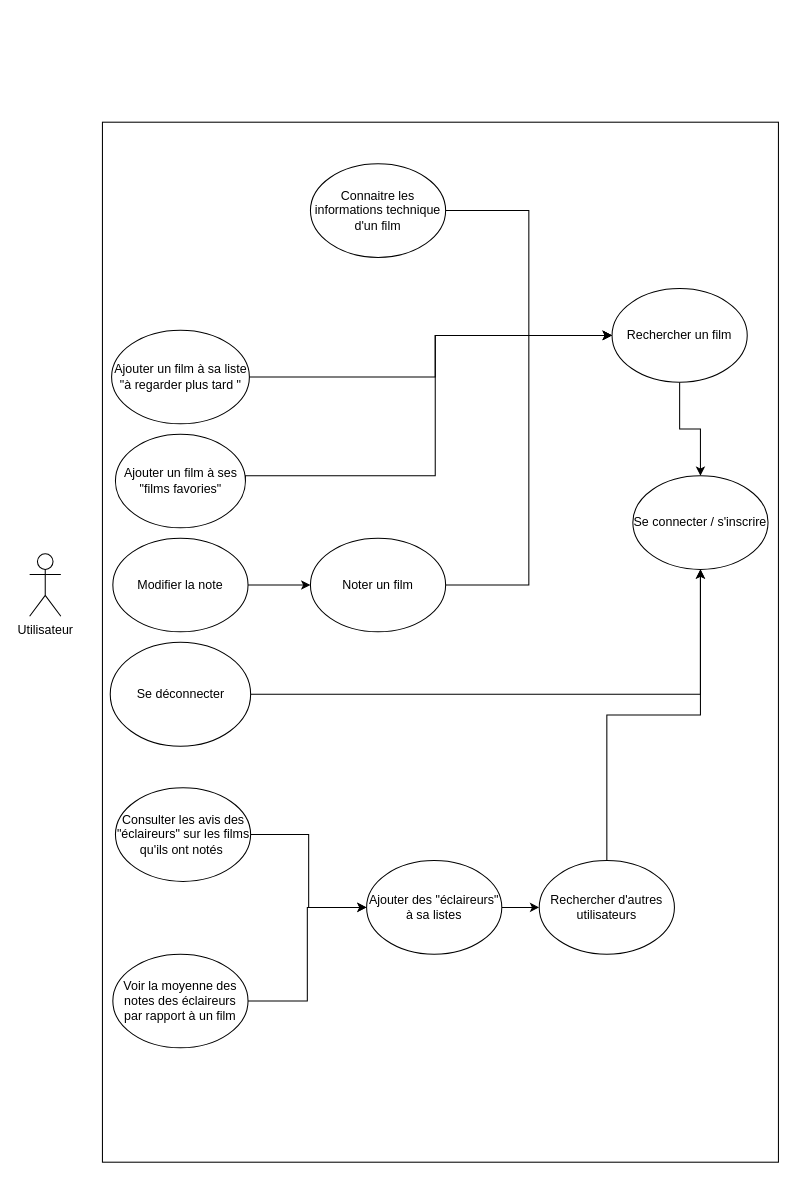
The draw.io diagram doc/Diagramme sans nom.drawio in leolrl/Projet2A, before the edit. Source tidied: cells renumbered, new cells numbered last; positions are measured from the earlier drawing's top-left corner, leaving out a move shared by most shapes. Both pictures are drawn from the tidied source at 104%, with x=0, y=0 at pixel (29, 122).
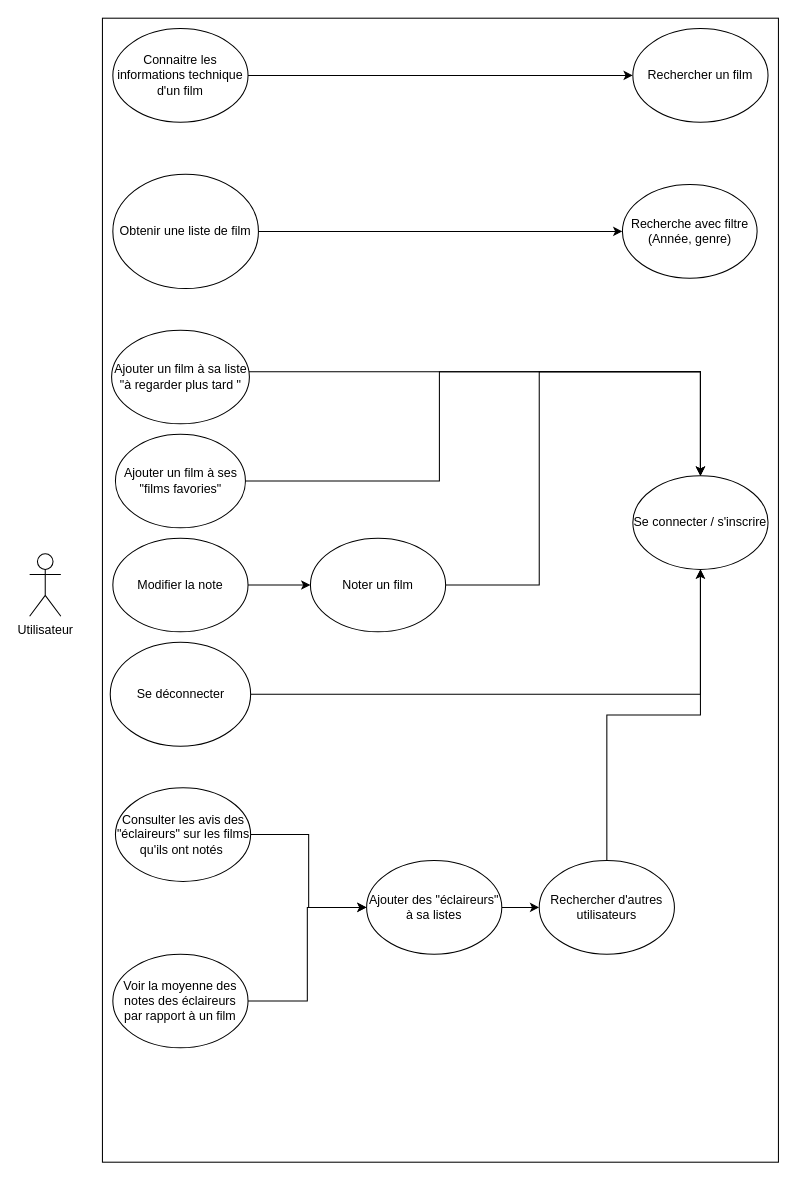
After the change.

Commit message:
Mettre à jour Diagramme sans nom.drawio

The change refers to these unchanged cells:
```xml
<mxCell id="7" value="Noter un film" style="ellipse;whiteSpace=wrap;html=1;" parent="1" vertex="1">
  <mxGeometry x="270" y="400" width="130" height="90" as="geometry" />
</mxCell>
<mxCell id="12" value="Se connecter / s'inscrire" style="ellipse;whiteSpace=wrap;html=1;" parent="1" vertex="1">
  <mxGeometry x="580" y="340" width="130" height="90" as="geometry" />
</mxCell>
<mxCell id="20" value="Ajouter un film à ses &quot;films favories&quot;" style="ellipse;whiteSpace=wrap;html=1;" parent="1" vertex="1">
  <mxGeometry x="82.5" y="300" width="125" height="90" as="geometry" />
</mxCell>
<mxCell id="26" value="Ajouter un film à sa liste &quot;à regarder plus tard &quot;" style="ellipse;whiteSpace=wrap;html=1;" parent="1" vertex="1">
  <mxGeometry x="78.8" y="200" width="132.5" height="90" as="geometry" />
</mxCell>
```

The edit, as a diff of the source:
```diff
@@
     <mxCell id="3" style="rounded=0;whiteSpace=wrap;html=1;" parent="1" vertex="1">
-      <mxGeometry x="70" width="650" height="1000" as="geometry" />
+      <mxGeometry x="70" y="-100" width="650" height="1100" as="geometry" />
     </mxCell>
@@
     <mxCell id="5" value="Connaitre les informations technique d'un film" style="ellipse;whiteSpace=wrap;html=1;" parent="1" vertex="1">
-      <mxGeometry x="270" y="40" width="130" height="90" as="geometry" />
+      <mxGeometry x="80" y="-90" width="130" height="90" as="geometry" />
     </mxCell>
-    <mxCell id="6" style="edgeStyle=orthogonalEdgeStyle;rounded=0;jettySize=auto;html=1;entryX=0;entryY=0.5;entryDx=0;entryDy=0;" parent="1" edge="1" source="7" target="11">
-      <mxGeometry relative="1" as="geometry" />
-    </mxCell>
+    <mxCell id="27" style="edgeStyle=orthogonalEdgeStyle;rounded=0;jettySize=auto;html=1;entryX=0.5;entryY=0;entryDx=0;entryDy=0;" parent="1" edge="1" source="7" target="12">
+      <mxGeometry relative="1" as="geometry">
+        <Array as="points">
+          <mxPoint x="490" y="445" />
+          <mxPoint x="490" y="240" />
+          <mxPoint x="645" y="240" />
+        </Array>
+      </mxGeometry>
+    </mxCell>
@@
-    <mxCell id="10" style="edgeStyle=orthogonalEdgeStyle;rounded=0;jettySize=auto;html=1;" parent="1" edge="1" source="11" target="12">
-      <mxGeometry relative="1" as="geometry" />
-    </mxCell>
     <mxCell id="11" value="Rechercher un film" style="ellipse;whiteSpace=wrap;html=1;" parent="1" vertex="1">
-      <mxGeometry x="560" y="160" width="130" height="90" as="geometry" />
+      <mxGeometry x="580" y="-90" width="130" height="90" as="geometry" />
     </mxCell>
@@
-    <mxCell id="19" style="edgeStyle=orthogonalEdgeStyle;rounded=0;jettySize=auto;html=1;entryX=0;entryY=0.5;entryDx=0;entryDy=0;exitX=1;exitY=0.5;exitDx=0;exitDy=0;" parent="1" edge="1" source="20" target="11">
-      <mxGeometry relative="1" as="geometry">
-        <Array as="points">
-          <mxPoint x="208" y="340" />
-          <mxPoint x="390" y="340" />
-          <mxPoint x="390" y="205" />
-        </Array>
-      </mxGeometry>
-    </mxCell>
+    <mxCell id="28" style="edgeStyle=orthogonalEdgeStyle;rounded=0;jettySize=auto;html=1;entryX=0.5;entryY=0;entryDx=0;entryDy=0;" parent="1" edge="1" source="20" target="12">
+      <mxGeometry relative="1" as="geometry">
+        <Array as="points">
+          <mxPoint x="394" y="345" />
+          <mxPoint x="394" y="240" />
+          <mxPoint x="645" y="240" />
+        </Array>
+      </mxGeometry>
+    </mxCell>
@@
-    <mxCell id="25" style="edgeStyle=orthogonalEdgeStyle;rounded=0;jettySize=auto;html=1;entryX=0;entryY=0.5;entryDx=0;entryDy=0;" parent="1" edge="1" source="26" target="11">
-      <mxGeometry relative="1" as="geometry">
-        <Array as="points">
-          <mxPoint x="390" y="245" />
-          <mxPoint x="390" y="205" />
-        </Array>
-      </mxGeometry>
-    </mxCell>
+    <mxCell id="29" style="edgeStyle=orthogonalEdgeStyle;rounded=0;jettySize=auto;html=1;" parent="1" edge="1" source="26" target="12">
+      <mxGeometry relative="1" as="geometry">
+        <Array as="points">
+          <mxPoint x="645" y="240" />
+        </Array>
+      </mxGeometry>
+    </mxCell>
@@
+    <mxCell id="30" value="Recherche avec filtre&lt;div&gt;(Année, genre)&lt;/div&gt;" style="ellipse;whiteSpace=wrap;html=1;" parent="1" vertex="1">
+      <mxGeometry x="570" y="60" width="129.5" height="90" as="geometry" />
+    </mxCell>
+    <mxCell id="31" style="edgeStyle=orthogonalEdgeStyle;rounded=0;jettySize=auto;html=1;exitX=1;exitY=0.5;exitDx=0;exitDy=0;" parent="1" edge="1" source="32" target="30">
+      <mxGeometry relative="1" as="geometry" />
+    </mxCell>
+    <mxCell id="32" value="Obtenir une liste de film" style="ellipse;whiteSpace=wrap;html=1;" parent="1" vertex="1">
+      <mxGeometry x="80" y="50" width="140" height="110" as="geometry" />
+    </mxCell>
```
